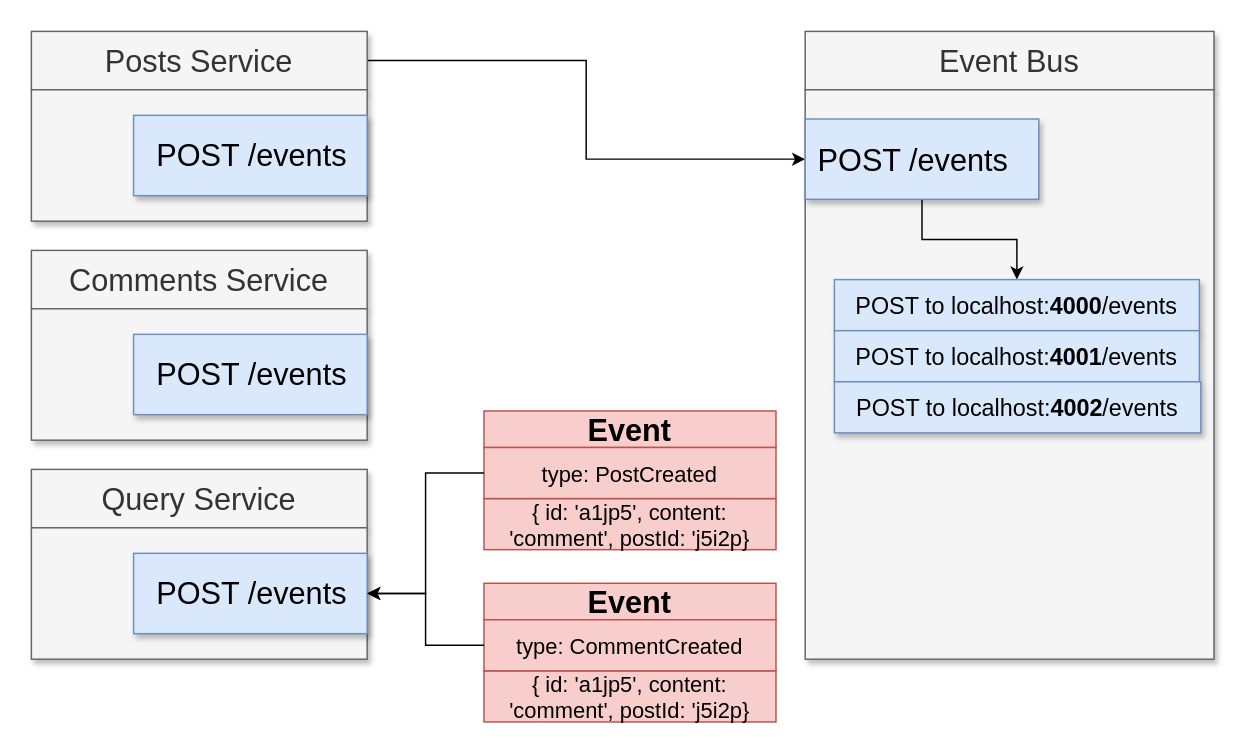
This is page "03 - bus" (9 of 28) of diagrams/02/02.drawio from cosmicfilament/blog-microservices, a draw.io file, before an edit. Source tidied: cells renumbered, new cells numbered last; positions are measured from the earlier drawing's top-left corner, leaving out a move shared by most shapes. Both pictures are drawn from the tidied source at 146%, with x=0, y=0 at pixel (31, 31).
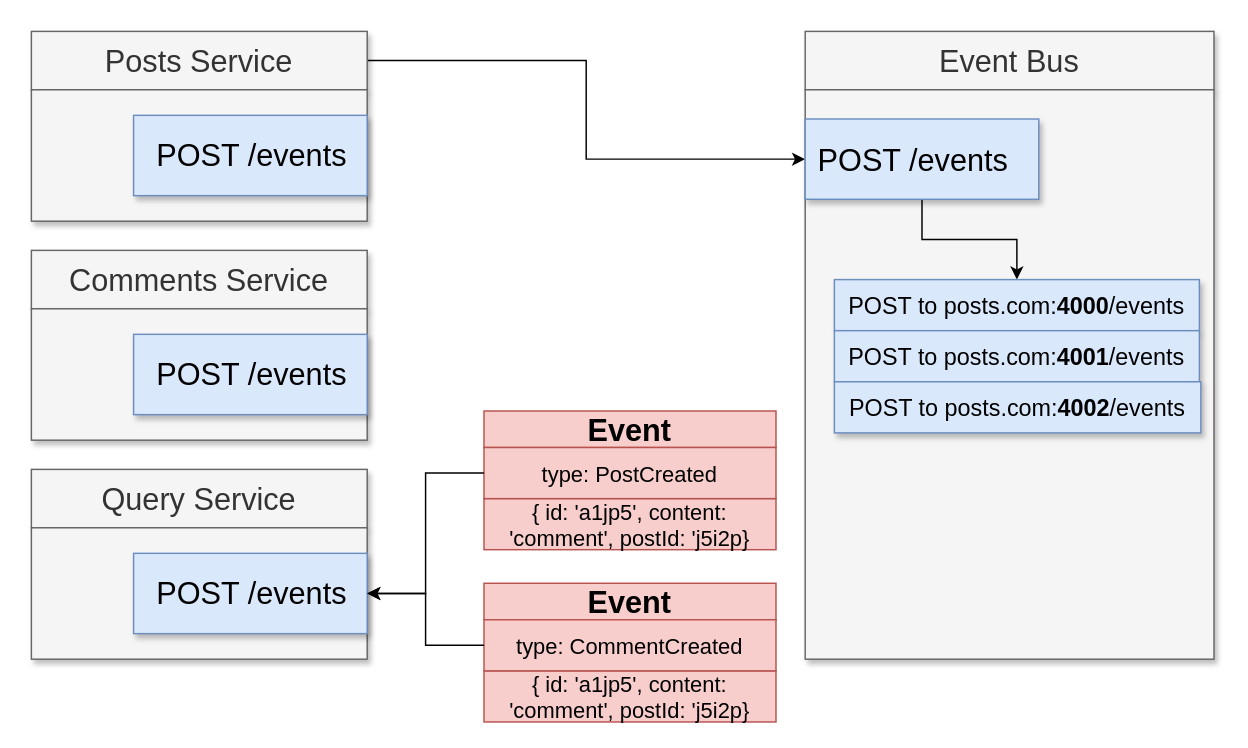
Above is the later version.

What changed in the source:
```diff
@@
-    <mxCell id="17" value="POST to localhost:&lt;b&gt;4000&lt;/b&gt;/events" style="whiteSpace=wrap;html=1;rounded=0;shadow=1;fontSize=16;align=center;fillColor=#dae8fc;strokeColor=#6c8ebf;fontStyle=0;" parent="1" vertex="1">
+    <mxCell id="17" value="POST to posts.com:&lt;b&gt;4000&lt;/b&gt;/events" style="whiteSpace=wrap;html=1;rounded=0;shadow=1;fontSize=16;align=center;fillColor=#dae8fc;strokeColor=#6c8ebf;fontStyle=0;" parent="1" vertex="1">
       <mxGeometry x="550" y="170" width="250" height="35" as="geometry" />
     </mxCell>
-    <mxCell id="18" value="POST to localhost:&lt;b&gt;4001&lt;/b&gt;/events" style="whiteSpace=wrap;html=1;rounded=0;shadow=1;fontSize=16;align=center;fillColor=#dae8fc;strokeColor=#6c8ebf;fontStyle=0;" parent="1" vertex="1">
+    <mxCell id="18" value="POST to posts.com:&lt;b&gt;4001&lt;/b&gt;/events" style="whiteSpace=wrap;html=1;rounded=0;shadow=1;fontSize=16;align=center;fillColor=#dae8fc;strokeColor=#6c8ebf;fontStyle=0;" parent="1" vertex="1">
       <mxGeometry x="550" y="205" width="250" height="35" as="geometry" />
     </mxCell>
-    <mxCell id="19" value="POST to localhost:&lt;b&gt;4002&lt;/b&gt;/events" style="whiteSpace=wrap;html=1;rounded=0;shadow=1;fontSize=16;align=center;fillColor=#dae8fc;strokeColor=#6c8ebf;fontStyle=0;" parent="1" vertex="1">
+    <mxCell id="19" value="POST to posts.com:&lt;b&gt;4002&lt;/b&gt;/events" style="whiteSpace=wrap;html=1;rounded=0;shadow=1;fontSize=16;align=center;fillColor=#dae8fc;strokeColor=#6c8ebf;fontStyle=0;" parent="1" vertex="1">
       <mxGeometry x="550" y="240" width="251" height="35" as="geometry" />
     </mxCell>
```
